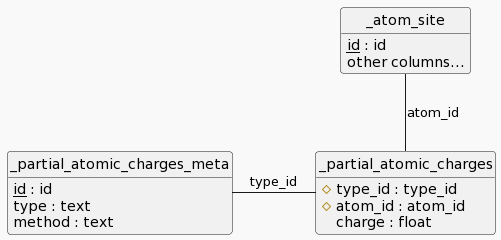
This is figures/mmcif_erd.png from MergunFrimen/thesis, a PlantUML export, as it was before one commit. The source it was exported from:
```plantuml
@startuml
hide circle
!theme mars

!define TABLE(name,desc) class name as "desc" << (T,#FFAAAA) >>
!define PRIMARY_KEY(field) <u>field</u>
!define FOREIGN_KEY(field) #field
hide methods
hide stereotypes

TABLE(_partial_atomic_charges_meta,"_partial_atomic_charges_meta") {
  PRIMARY_KEY(id) : id
  type : text
  method : text
}

TABLE(_atom_site,"_atom_site") {
  PRIMARY_KEY(id) : id
  other columns...
}

TABLE(_partial_atomic_charges,"_partial_atomic_charges") {
  FOREIGN_KEY(type_id) : type_id
  FOREIGN_KEY(atom_id) : atom_id
  charge : float
}

_partial_atomic_charges_meta -ri- _partial_atomic_charges : type_id
_atom_site -- _partial_atomic_charges : atom_id
@enduml
```
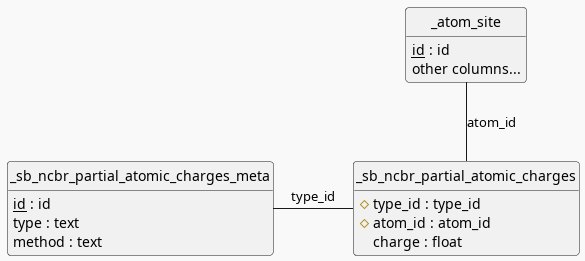
Above is the later version.

Commit message:
feat: updated diagram in text

Change to the diagram source:
```diff
@@ -1,4 +1,5 @@
-@startuml
+@startuml mmcif_erd
+
 hide circle
 !theme mars
 
@@ -8,7 +9,7 @@
 hide methods
 hide stereotypes
 
-TABLE(_partial_atomic_charges_meta,"_partial_atomic_charges_meta") {
+TABLE(_sb_ncbr_partial_atomic_charges_meta,"_sb_ncbr_partial_atomic_charges_meta") {
   PRIMARY_KEY(id) : id
   type : text
   method : text
@@ -19,12 +20,13 @@
   other columns...
 }
 
-TABLE(_partial_atomic_charges,"_partial_atomic_charges") {
+TABLE(_sb_ncbr_partial_atomic_charges,"_sb_ncbr_partial_atomic_charges") {
   FOREIGN_KEY(type_id) : type_id
   FOREIGN_KEY(atom_id) : atom_id
   charge : float
 }
 
-_partial_atomic_charges_meta -ri- _partial_atomic_charges : type_id
-_atom_site -- _partial_atomic_charges : atom_id
+_sb_ncbr_partial_atomic_charges_meta -ri- _sb_ncbr_partial_atomic_charges : type_id
+_atom_site -- _sb_ncbr_partial_atomic_charges : atom_id
+
 @enduml
```
